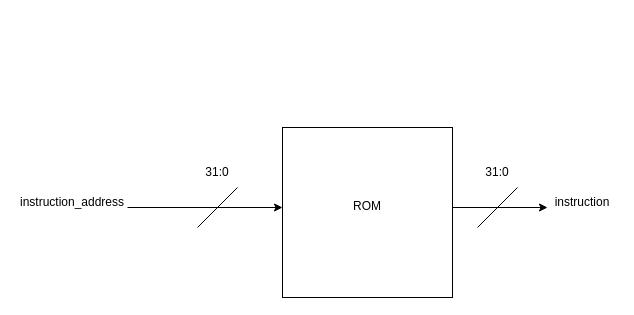
This is page "instruction_memory" (3 of 9) of docs/rtl.drawio from hassan-alawi/RISC-V, a draw.io file, before an edit. Source tidied: cells renumbered, new cells numbered last; positions are measured from the earlier drawing's top-left corner, leaving out a move shared by most shapes. Both pictures are drawn from the tidied source at 100%, with x=0, y=0 at pixel (17, 127).
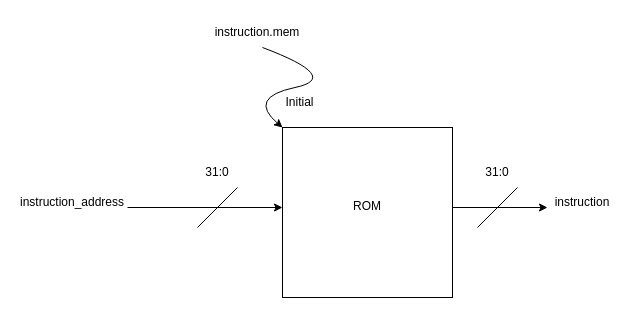
Above is the later version.

Change to the diagram source:
```diff
@@
 <mxGraphModel>
   <root>
     <mxCell id="0" />
     <mxCell id="1" parent="0" />
     <mxCell id="2" value="&lt;p style=&quot;line-height: 1000%;&quot;&gt;ROM&lt;/p&gt;" style="whiteSpace=wrap;html=1;align=center;verticalAlign=top;fontFamily=Helvetica;fontSize=12;fontColor=default;fillColor=default;gradientColor=none;" parent="1" vertex="1">
       <mxGeometry x="265" width="170" height="170" as="geometry" />
     </mxCell>
     <mxCell id="3" style="endArrow=classic;html=1;rounded=0;fontFamily=Helvetica;fontSize=12;fontColor=default;" parent="1" edge="1">
       <mxGeometry relative="1" as="geometry">
         <mxPoint x="110" y="80" as="sourcePoint" />
         <mxPoint x="265" y="80" as="targetPoint" />
       </mxGeometry>
     </mxCell>
     <mxCell id="4" style="endArrow=none;html=1;rounded=0;fontFamily=Helvetica;fontSize=12;fontColor=default;" parent="1" edge="1">
       <mxGeometry relative="1" as="geometry">
         <mxPoint x="180" y="100" as="sourcePoint" />
         <mxPoint x="220" y="60" as="targetPoint" />
       </mxGeometry>
     </mxCell>
     <mxCell id="5" value="31:0" style="text;html=1;align=center;verticalAlign=middle;whiteSpace=wrap;rounded=0;fontFamily=Helvetica;fontSize=12;fontColor=default;" parent="1" vertex="1">
       <mxGeometry x="170" y="30" width="60" height="30" as="geometry" />
     </mxCell>
     <mxCell id="6" value="instruction_address" style="text;html=1;align=center;verticalAlign=middle;whiteSpace=wrap;rounded=0;fontFamily=Helvetica;fontSize=12;fontColor=default;" parent="1" vertex="1">
       <mxGeometry y="60" width="110" height="30" as="geometry" />
     </mxCell>
     <mxCell id="7" style="endArrow=classic;html=1;rounded=0;fontFamily=Helvetica;fontSize=12;fontColor=default;" parent="1" edge="1">
       <mxGeometry relative="1" as="geometry">
         <mxPoint x="435" y="80" as="sourcePoint" />
         <mxPoint x="530" y="80" as="targetPoint" />
       </mxGeometry>
     </mxCell>
     <mxCell id="8" value="instruction" style="text;html=1;align=center;verticalAlign=middle;whiteSpace=wrap;rounded=0;fontFamily=Helvetica;fontSize=12;fontColor=default;" parent="1" vertex="1">
       <mxGeometry x="530" y="60" width="70" height="30" as="geometry" />
     </mxCell>
     <mxCell id="9" style="endArrow=none;html=1;rounded=0;fontFamily=Helvetica;fontSize=12;fontColor=default;" parent="1" edge="1">
       <mxGeometry relative="1" as="geometry">
         <mxPoint x="460" y="100" as="sourcePoint" />
         <mxPoint x="500" y="60" as="targetPoint" />
       </mxGeometry>
     </mxCell>
     <mxCell id="10" value="31:0" style="text;html=1;align=center;verticalAlign=middle;whiteSpace=wrap;rounded=0;fontFamily=Helvetica;fontSize=12;fontColor=default;" parent="1" vertex="1">
       <mxGeometry x="450" y="30" width="60" height="30" as="geometry" />
     </mxCell>
+    <mxCell id="11" style="curved=1;endArrow=classic;html=1;rounded=0;fontFamily=Helvetica;fontSize=12;fontColor=default;entryX=0;entryY=0;entryDx=0;entryDy=0;" parent="1" edge="1" target="2">
+      <mxGeometry relative="1" as="geometry">
+        <mxPoint x="245" y="-80" as="sourcePoint" />
+        <Array as="points">
+          <mxPoint x="325" y="-50" />
+          <mxPoint x="230" y="-30" />
+        </Array>
+      </mxGeometry>
+    </mxCell>
+    <mxCell id="12" value="instruction.mem" style="text;html=1;align=center;verticalAlign=middle;whiteSpace=wrap;rounded=0;fontFamily=Helvetica;fontSize=12;fontColor=default;" parent="1" vertex="1">
+      <mxGeometry x="210" y="-110" width="60" height="30" as="geometry" />
+    </mxCell>
+    <mxCell id="13" value="Initial" style="text;html=1;align=center;verticalAlign=middle;whiteSpace=wrap;rounded=0;fontFamily=Helvetica;fontSize=12;fontColor=default;" parent="1" vertex="1">
+      <mxGeometry x="260" y="-40" width="45" height="30" as="geometry" />
+    </mxCell>
   </root>
 </mxGraphModel>
```
